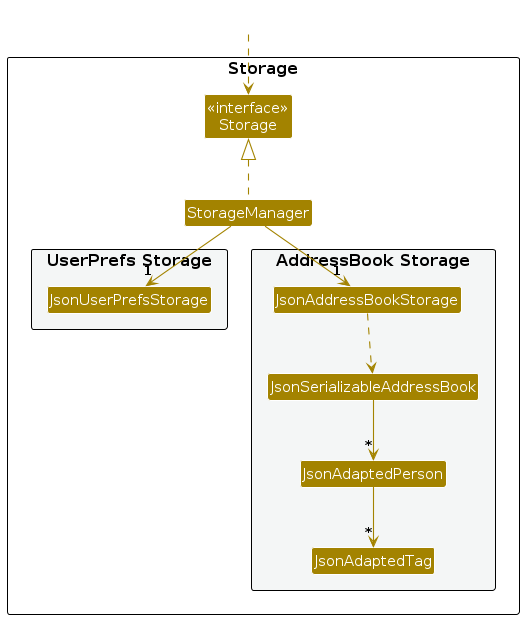
Earlier version of the PlantUML export diagrams/StorageClassDiagram.png (AY2627S1-CS2103T-F15-1/tp). Its source is kept beside it as diagrams/StorageClassDiagram.puml.
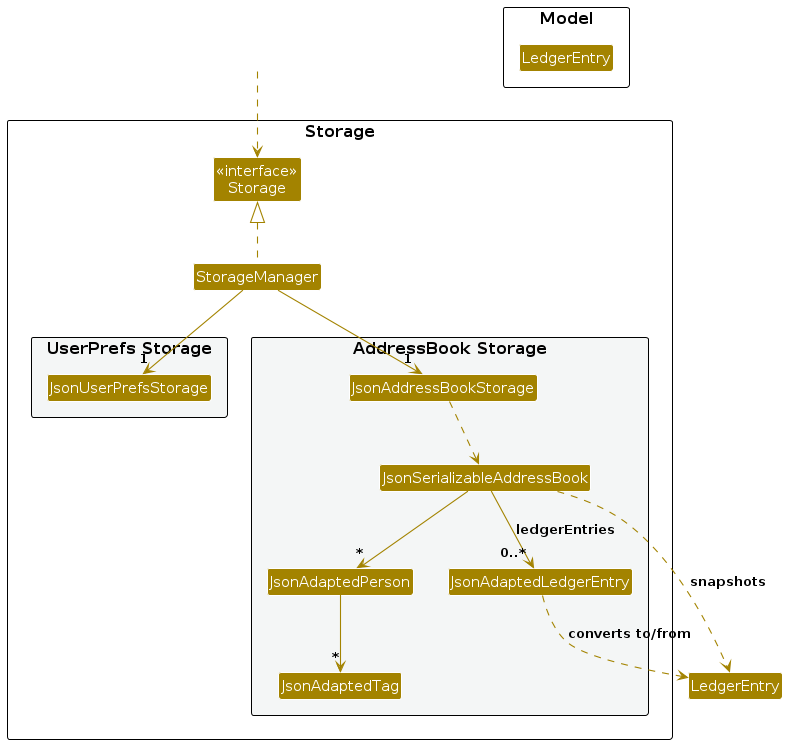
The same diagram one commit later.

Diff of the diagram source:
```diff
@@ -18,6 +18,7 @@
 Class JsonSerializableAddressBook
 Class JsonAdaptedPerson
 Class JsonAdaptedTag
+Class JsonAdaptedLedgerEntry
 }
 
 }
@@ -32,5 +33,12 @@
 JsonAddressBookStorage ..> JsonSerializableAddressBook
 JsonSerializableAddressBook --> "*" JsonAdaptedPerson
 JsonAdaptedPerson --> "*" JsonAdaptedTag
+JsonSerializableAddressBook --> "0..*" JsonAdaptedLedgerEntry : ledgerEntries
+JsonAdaptedLedgerEntry ..> LedgerEntry : converts to/from
+JsonSerializableAddressBook ..> LedgerEntry : snapshots
+
+package Model {
+Class LedgerEntry
+}
 
 @enduml
```
